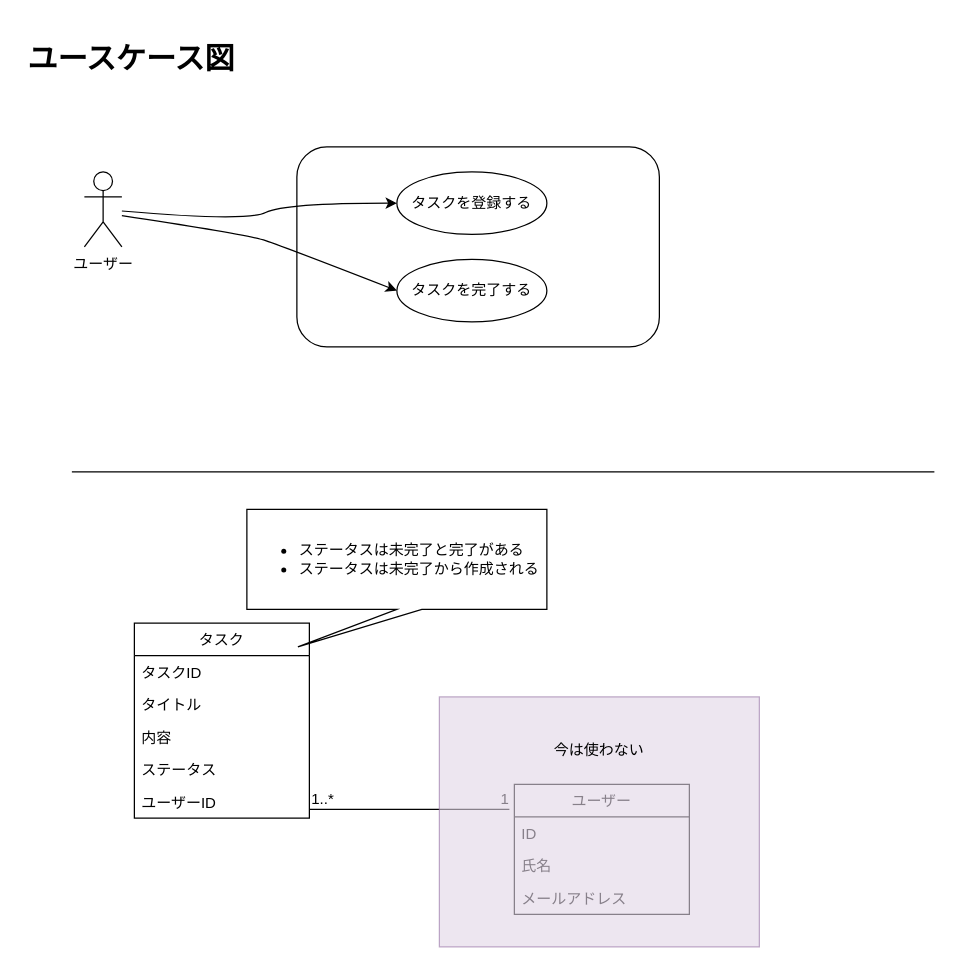
Earlier version of the draw.io diagram docs/モデリング.drawio (aocm/my-todo-app-challenge-prototype). Source tidied: cells renumbered, new cells numbered last; positions are measured from the earlier drawing's top-left corner, leaving out a move shared by most shapes. Both pictures are drawn from the tidied source at 125%, with x=0, y=0 at pixel (21, 34).
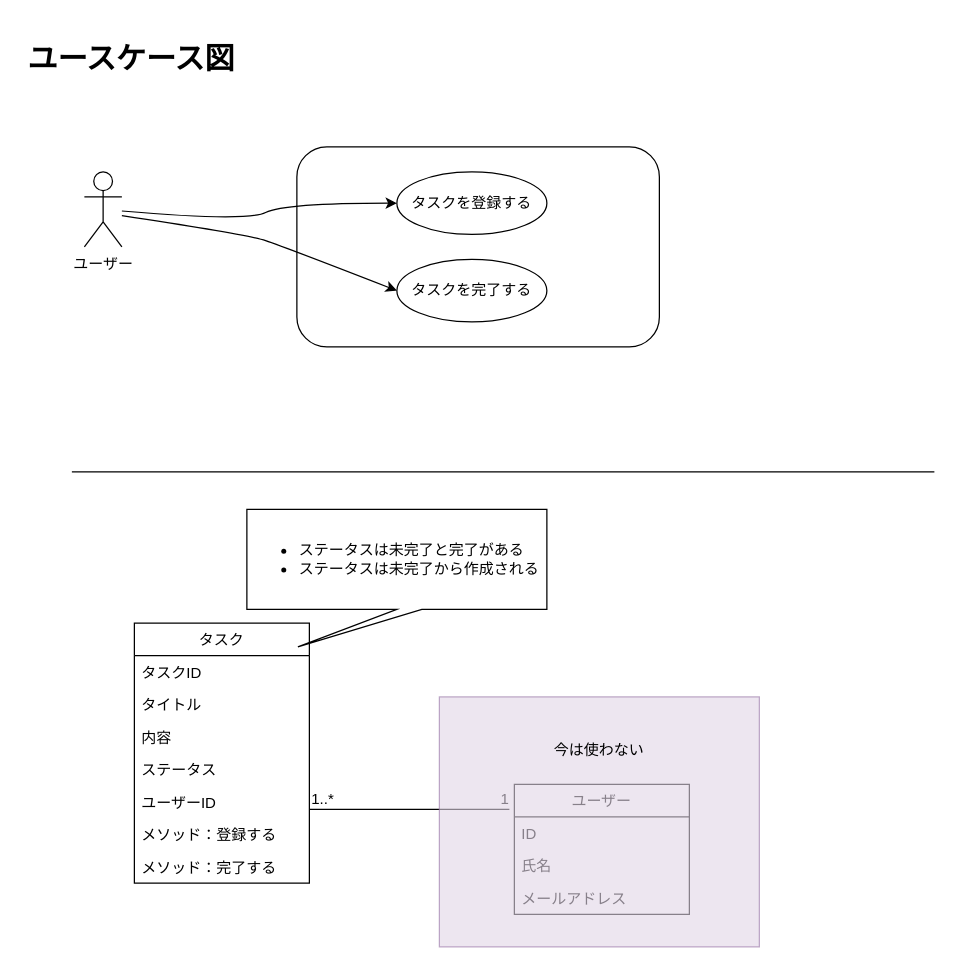
The same page after the edit.

Diff of the diagram source:
```diff
@@
     <mxCell id="10" value="タスク" style="swimlane;fontStyle=0;horizontal=1;startSize=26;fillColor=none;" parent="1" vertex="1">
-      <mxGeometry x="90" y="471" width="140" height="156" as="geometry" />
+      <mxGeometry x="90" y="471" width="140" height="208" as="geometry" />
     </mxCell>
@@
+    <mxCell id="25" value="メソッド：登録する" style="text;strokeColor=none;fillColor=none;align=left;verticalAlign=top;spacingLeft=4;spacingRight=4;overflow=hidden;" parent="10" vertex="1">
+      <mxGeometry y="156" width="140" height="26" as="geometry" />
+    </mxCell>
+    <mxCell id="26" value="メソッド：完了する" style="text;strokeColor=none;fillColor=none;align=left;verticalAlign=top;spacingLeft=4;spacingRight=4;overflow=hidden;" parent="10" vertex="1">
+      <mxGeometry y="182" width="140" height="26" as="geometry" />
+    </mxCell>
```
